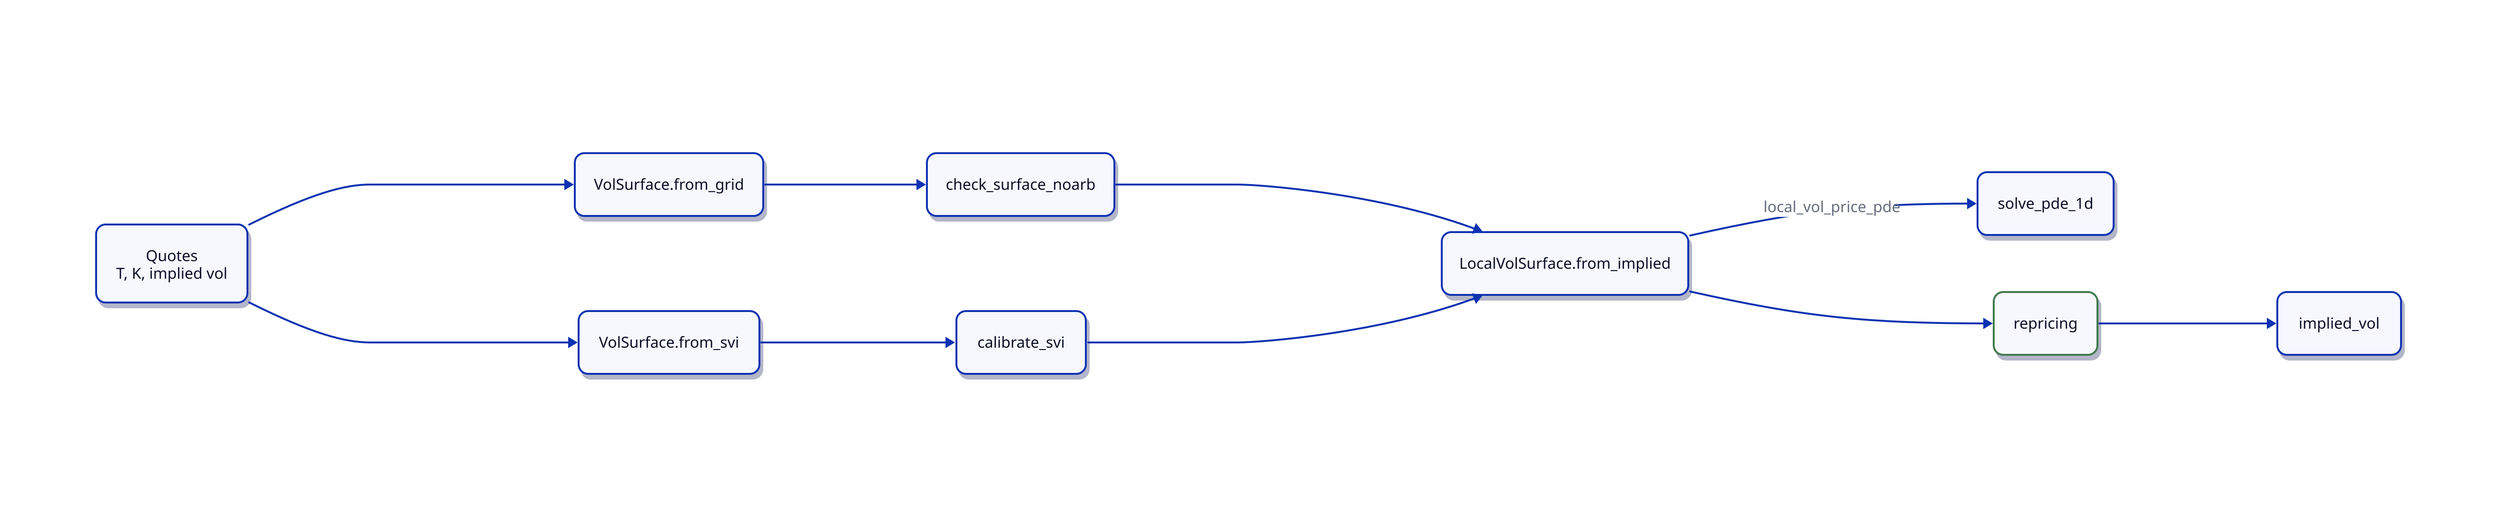
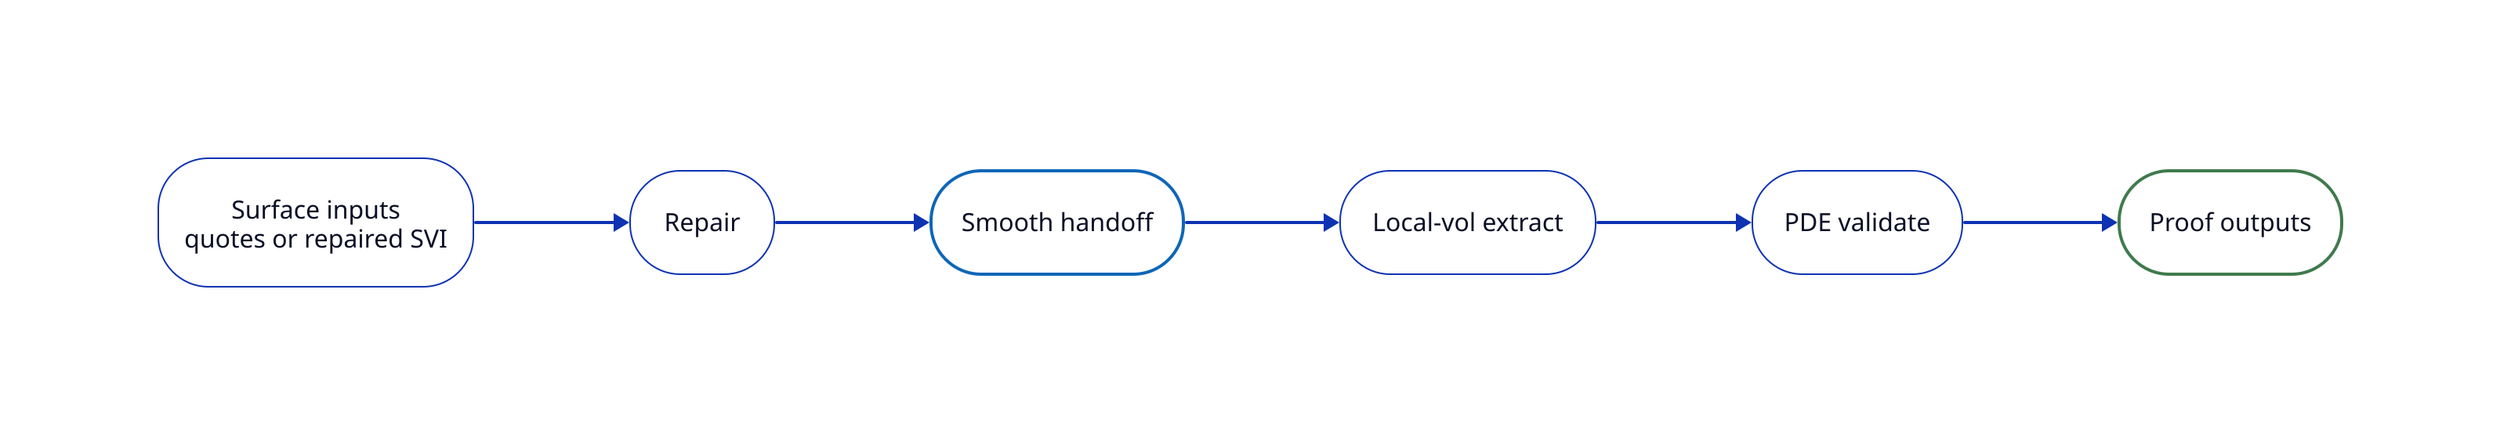
- """Surface → local-vol → PDE pipeline diagram."""
+ """Surface to local-vol to PDE workflow."""

direction: right

classes: {
-   card: {
+   step: {
    style: {
-       stroke-width: 2
-       border-radius: 10
-       shadow: true
+       fill: transparent
+       stroke-width: 1
+       border-radius: 32
    }
  }

  accent: {
    style: {
+       fill: transparent
+       stroke: "#0F66B7"
      stroke-width: 2
-       border-radius: 10
-       shadow: true
+       border-radius: 32
    }
  }

-   success: {
-     style: {
-       stroke: "#3f7a4c"
-       stroke-width: 2
-       border-radius: 10
-       shadow: true
-     }
-   }
- 
-   row: {
+   result: {
    style: {
      fill: transparent
-       stroke: transparent
+       stroke: "#3F7A4C"
+       stroke-width: 2
+       border-radius: 32
    }
  }
}

- quotes: "Quotes\nT, K, implied vol"
- quotes.class: card
+ surface: "Surface inputs\nquotes or repaired SVI"
+ surface.class: step

- paths: "" {
-   class: row
-   direction: down
+ repair: "Repair"
+ repair.class: step

-   from_grid_path: "" {
-     class: row
-     direction: right
+ handoff: "Smooth handoff"
+ handoff.class: accent

-     from_grid: "VolSurface.from_grid"
-     from_grid.class: card
+ localvol: "Local-vol extract"
+ localvol.class: step

-     check_surface: "check_surface_noarb"
-     check_surface.class: card
+ pde: "PDE validate"
+ pde.class: step

-     from_grid -> check_surface
-   }
+ proof: "Proof outputs"
+ proof.class: result

-   from_svi_path: "" {
-     class: row
-     direction: right
- 
-     from_svi: "VolSurface.from_svi"
-     from_svi.class: card
- 
-     calibrate_svi: "calibrate_svi"
-     calibrate_svi.class: accent
- 
-     from_svi -> calibrate_svi
-   }
- }
- 
- localvol: "LocalVolSurface.from_implied"
- localvol.class: card
- 
- solve: "solve_pde_1d"
- solve.class: card
- 
- repricing: "repricing"
- repricing.class: success
- 
- implied_vol: "implied_vol"
- implied_vol.class: card
- 
- quotes -> paths.from_grid_path.from_grid
- quotes -> paths.from_svi_path.from_svi
- 
- paths.from_grid_path.check_surface -> localvol
- paths.from_svi_path.calibrate_svi -> localvol
- 
- localvol -> solve: local_vol_price_pde
- localvol -> repricing
- repricing -> implied_vol
+ surface -> repair
+ repair -> handoff
+ handoff -> localvol
+ localvol -> pde
+ pde -> proof
